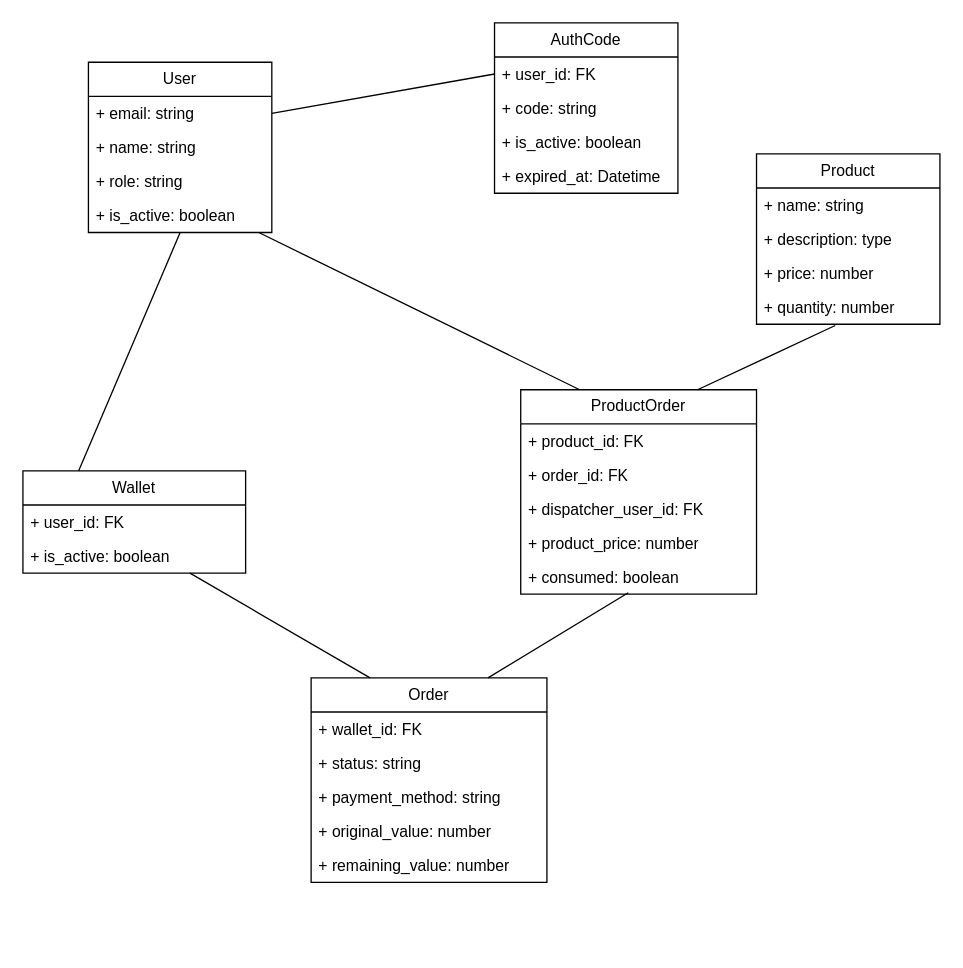
Above: docs/UJAD.drawio in gelira/ujad (draw.io), before the change. Source tidied: cells renumbered, new cells numbered last; positions are measured from the earlier drawing's top-left corner, leaving out a move shared by most shapes. Both pictures are drawn from the tidied source at 131%, with x=0, y=0 at pixel (22, 22).
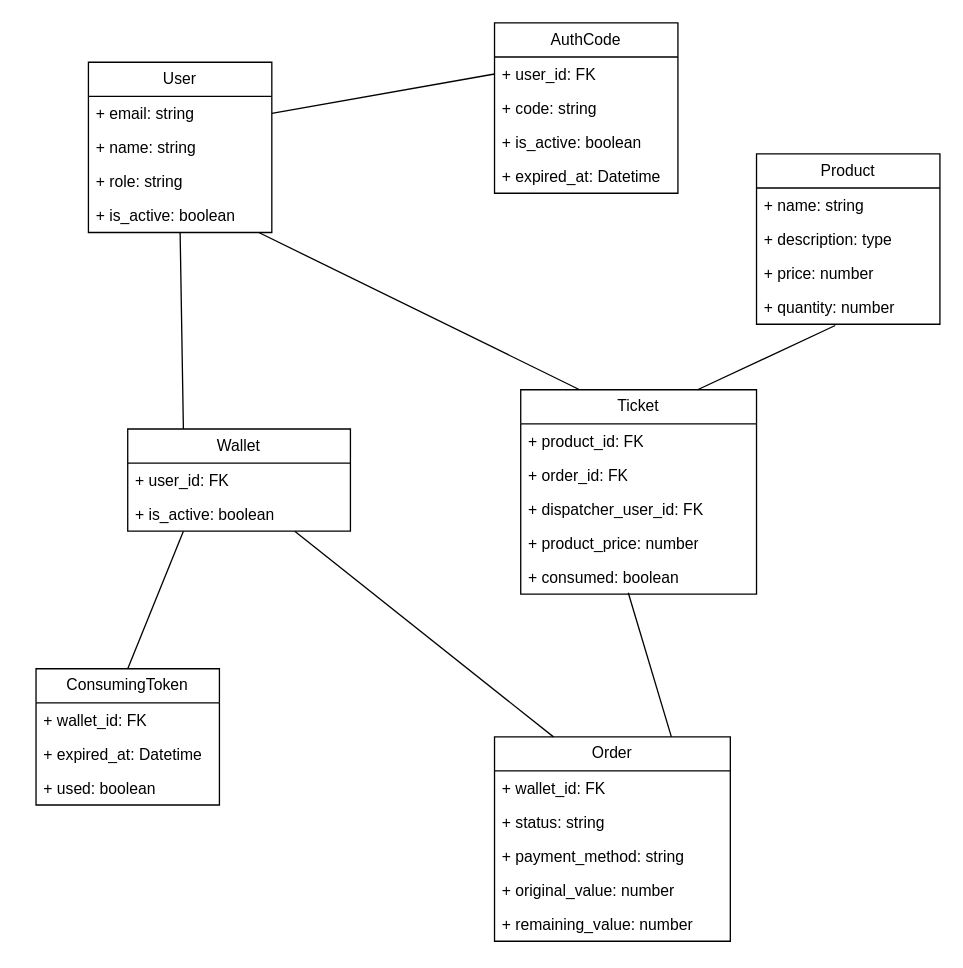
After the change.

Commit message:
docs: consuming token model

The edit, as a diff of the source:
```diff
@@
     <mxCell id="14" value="Wallet" style="swimlane;fontStyle=0;horizontal=1;startSize=26;fillColor=none;whiteSpace=wrap;html=1;" parent="1" vertex="1">
-      <mxGeometry y="342" width="170" height="78" as="geometry" />
+      <mxGeometry x="80" y="310" width="170" height="78" as="geometry" />
     </mxCell>
@@
     <mxCell id="18" value="Order" style="swimlane;fontStyle=0;horizontal=1;startSize=26;fillColor=none;whiteSpace=wrap;html=1;" parent="1" vertex="1">
-      <mxGeometry x="220" y="500" width="180" height="156" as="geometry" />
+      <mxGeometry x="360" y="545" width="180" height="156" as="geometry" />
     </mxCell>
@@
-    <mxCell id="30" value="ProductOrder" style="swimlane;fontStyle=0;horizontal=1;startSize=26;fillColor=none;whiteSpace=wrap;html=1;" parent="1" vertex="1">
+    <mxCell id="30" value="Ticket" style="swimlane;fontStyle=0;horizontal=1;startSize=26;fillColor=none;whiteSpace=wrap;html=1;" parent="1" vertex="1">
       <mxGeometry x="380" y="280" width="180" height="156" as="geometry" />
     </mxCell>
@@
+    <mxCell id="38" style="rounded=0;jettySize=auto;html=1;exitX=0.5;exitY=0;exitDx=0;exitDy=0;entryX=0.25;entryY=1;entryDx=0;entryDy=0;endArrow=none;startFill=0;" parent="1" edge="1" source="39" target="14">
+      <mxGeometry relative="1" as="geometry" />
+    </mxCell>
+    <mxCell id="39" value="ConsumingToken" style="swimlane;fontStyle=0;horizontal=1;startSize=26;fillColor=none;whiteSpace=wrap;html=1;" parent="1" vertex="1">
+      <mxGeometry x="10" y="493" width="140" height="104" as="geometry" />
+    </mxCell>
+    <mxCell id="40" value="+ wallet_id: FK" style="text;strokeColor=none;fillColor=none;align=left;verticalAlign=top;spacingLeft=4;spacingRight=4;overflow=hidden;whiteSpace=wrap;html=1;" parent="39" vertex="1">
+      <mxGeometry y="26" width="140" height="26" as="geometry" />
+    </mxCell>
+    <mxCell id="41" value="+ expired_at: Datetime" style="text;strokeColor=none;fillColor=none;align=left;verticalAlign=top;spacingLeft=4;spacingRight=4;overflow=hidden;whiteSpace=wrap;html=1;" parent="39" vertex="1">
+      <mxGeometry y="52" width="140" height="26" as="geometry" />
+    </mxCell>
+    <mxCell id="42" value="+ used: boolean" style="text;strokeColor=none;fillColor=none;align=left;verticalAlign=top;spacingLeft=4;spacingRight=4;overflow=hidden;whiteSpace=wrap;html=1;" parent="39" vertex="1">
+      <mxGeometry y="78" width="140" height="26" as="geometry" />
+    </mxCell>
```
